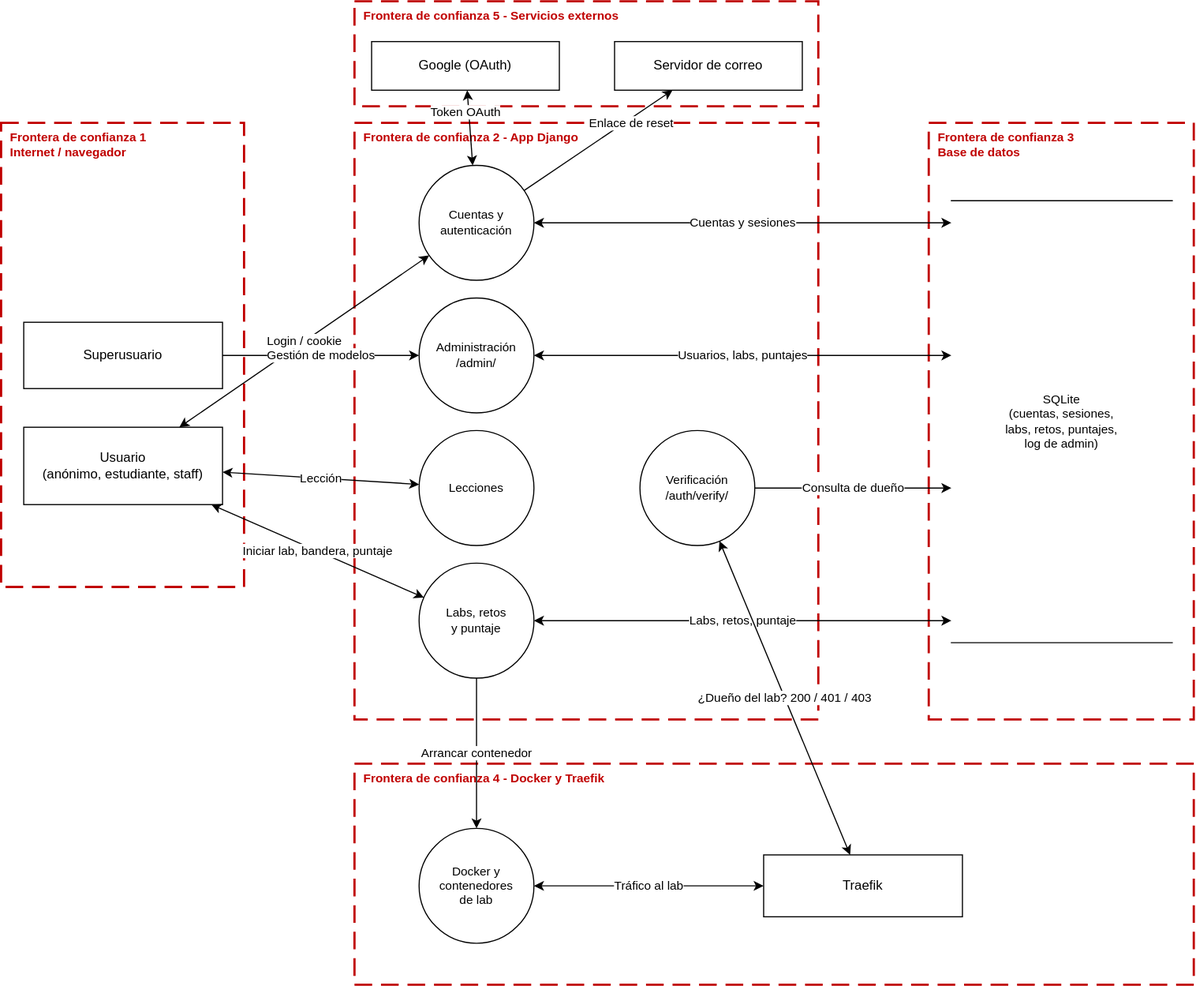
The draw.io diagram seguridad/fase-2/dfd.drawio.svg in GaelRuizNuri/sdlc-pygoat-equipo-1, before a commit. Source tidied: cells renumbered, new cells last; positions are measured from the earlier drawing's top-left corner, leaving out a move shared by most shapes.
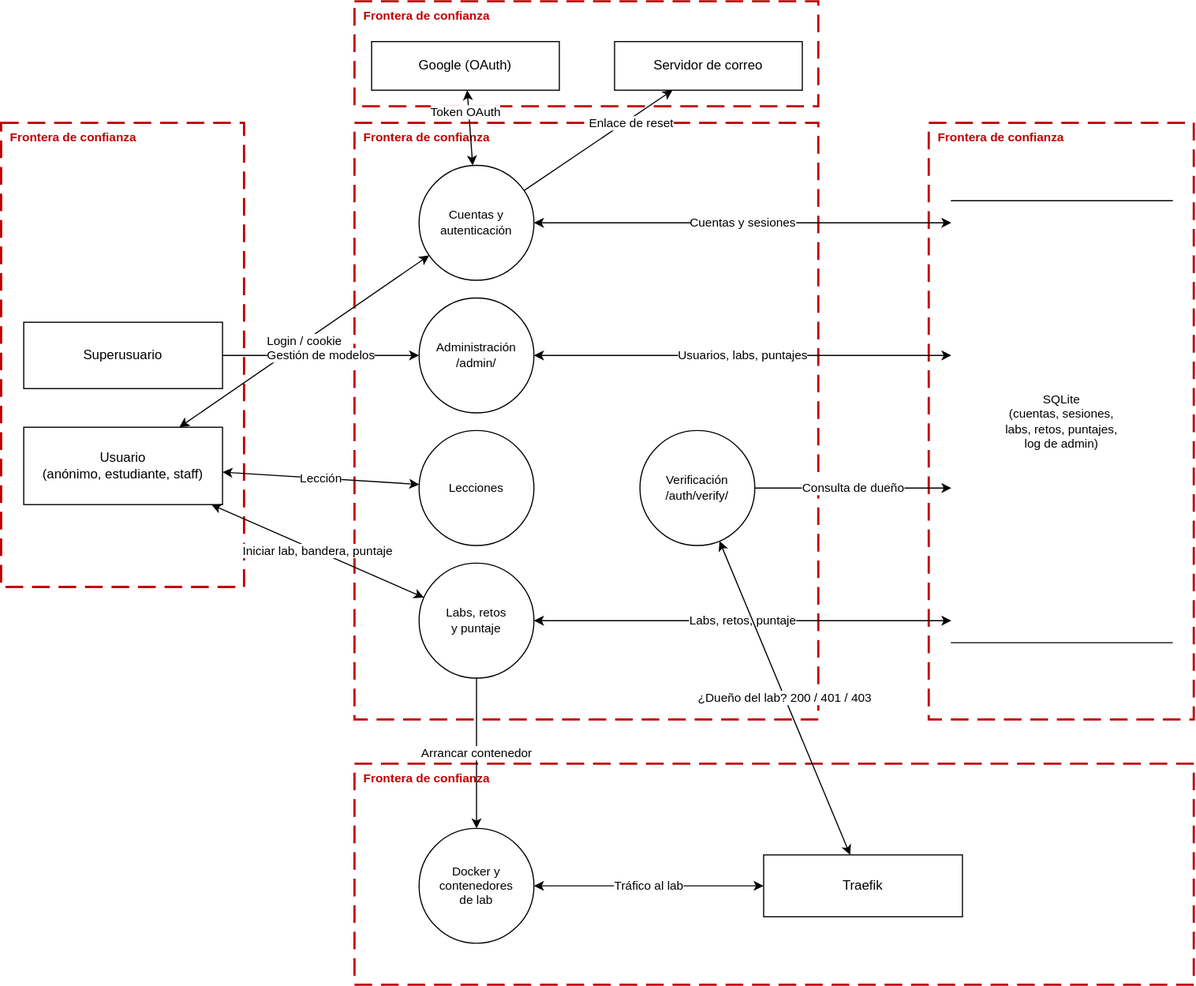
Above is the later version.

Commit message:
Cambio de nombre de las fronteras del DFD de la fase 2.

What changed in the source:
```diff
@@ -2,19 +2,19 @@
   <root>
     <mxCell id="0" />
     <mxCell id="1" parent="0" />
-    <mxCell id="2" value="Frontera de confianza 1&lt;br&gt;Internet / navegador" style="rounded=0;whiteSpace=wrap;html=1;fillColor=none;dashed=1;dashPattern=8 4;strokeColor=#C00000;strokeWidth=2;verticalAlign=top;align=left;spacingLeft=6;fontStyle=1;fontSize=11;fontColor=#C00000;" parent="1" vertex="1">
+    <mxCell id="2" value="&lt;span style=&quot;color: rgb(192, 0, 0);&quot;&gt;Frontera de confianza&lt;/span&gt;" style="rounded=0;whiteSpace=wrap;html=1;fillColor=none;dashed=1;dashPattern=8 4;strokeColor=#C00000;strokeWidth=2;verticalAlign=top;align=left;spacingLeft=6;fontStyle=1;fontSize=11;fontColor=#C00000;" parent="1" vertex="1">
       <mxGeometry y="110" width="220" height="420" as="geometry" />
     </mxCell>
-    <mxCell id="3" value="Frontera de confianza 2 - App Django" style="rounded=0;whiteSpace=wrap;html=1;fillColor=none;dashed=1;dashPattern=8 4;strokeColor=#C00000;strokeWidth=2;verticalAlign=top;align=left;spacingLeft=6;fontStyle=1;fontSize=11;fontColor=#C00000;" parent="1" vertex="1">
+    <mxCell id="3" value="&lt;span style=&quot;color: rgb(192, 0, 0);&quot;&gt;Frontera de confianza&lt;/span&gt;" style="rounded=0;whiteSpace=wrap;html=1;fillColor=none;dashed=1;dashPattern=8 4;strokeColor=#C00000;strokeWidth=2;verticalAlign=top;align=left;spacingLeft=6;fontStyle=1;fontSize=11;fontColor=#C00000;" parent="1" vertex="1">
       <mxGeometry x="320" y="110" width="420" height="540" as="geometry" />
     </mxCell>
-    <mxCell id="4" value="Frontera de confianza 3&lt;br&gt;Base de datos" style="rounded=0;whiteSpace=wrap;html=1;fillColor=none;dashed=1;dashPattern=8 4;strokeColor=#C00000;strokeWidth=2;verticalAlign=top;align=left;spacingLeft=6;fontStyle=1;fontSize=11;fontColor=#C00000;" parent="1" vertex="1">
+    <mxCell id="4" value="&lt;span style=&quot;color: rgb(192, 0, 0);&quot;&gt;Frontera de confianza&lt;/span&gt;" style="rounded=0;whiteSpace=wrap;html=1;fillColor=none;dashed=1;dashPattern=8 4;strokeColor=#C00000;strokeWidth=2;verticalAlign=top;align=left;spacingLeft=6;fontStyle=1;fontSize=11;fontColor=#C00000;" parent="1" vertex="1">
       <mxGeometry x="840" y="110" width="240" height="540" as="geometry" />
     </mxCell>
-    <mxCell id="5" value="Frontera de confianza 4 - Docker y Traefik" style="rounded=0;whiteSpace=wrap;html=1;fillColor=none;dashed=1;dashPattern=8 4;strokeColor=#C00000;strokeWidth=2;verticalAlign=top;align=left;spacingLeft=6;fontStyle=1;fontSize=11;fontColor=#C00000;" parent="1" vertex="1">
+    <mxCell id="5" value="&lt;span style=&quot;color: rgb(192, 0, 0);&quot;&gt;Frontera de confianza&lt;/span&gt;" style="rounded=0;whiteSpace=wrap;html=1;fillColor=none;dashed=1;dashPattern=8 4;strokeColor=#C00000;strokeWidth=2;verticalAlign=top;align=left;spacingLeft=6;fontStyle=1;fontSize=11;fontColor=#C00000;" parent="1" vertex="1">
       <mxGeometry x="320" y="690" width="760" height="200" as="geometry" />
     </mxCell>
-    <mxCell id="6" value="Frontera de confianza 5 - Servicios externos" style="rounded=0;whiteSpace=wrap;html=1;fillColor=none;dashed=1;dashPattern=8 4;strokeColor=#C00000;strokeWidth=2;verticalAlign=top;align=left;spacingLeft=6;fontStyle=1;fontSize=11;fontColor=#C00000;" parent="1" vertex="1">
+    <mxCell id="6" value="&lt;span style=&quot;color: rgb(192, 0, 0);&quot;&gt;Frontera de confianza&lt;/span&gt;" style="rounded=0;whiteSpace=wrap;html=1;fillColor=none;dashed=1;dashPattern=8 4;strokeColor=#C00000;strokeWidth=2;verticalAlign=top;align=left;spacingLeft=6;fontStyle=1;fontSize=11;fontColor=#C00000;" parent="1" vertex="1">
       <mxGeometry x="320" width="420" height="95" as="geometry" />
     </mxCell>
     <mxCell id="7" value="Usuario&lt;br&gt;(anónimo, estudiante, staff)" style="rounded=0;whiteSpace=wrap;html=1;" parent="1" vertex="1">
```
